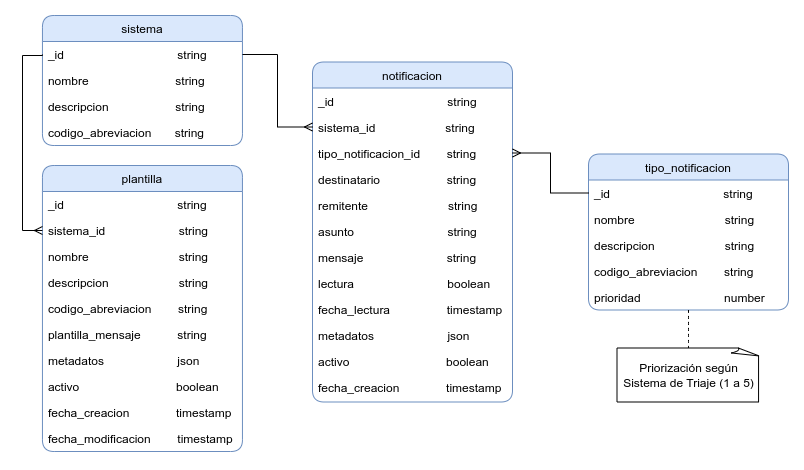
The draw.io diagram database/notificaciones_crud.png in udistrital/notificaciones_crud, before a commit. Source tidied: cells renumbered, new cells last; positions are measured from the earlier drawing's top-left corner, leaving out a move shared by most shapes. Source of this version:
```xml
<mxGraphModel background="#ffffff">
  <root>
    <mxCell id="0" />
    <mxCell id="1" parent="0" />
    <mxCell id="2" value="notificacion" style="swimlane;fontStyle=0;align=center;verticalAlign=top;horizontal=1;startSize=26;rounded=1;shadow=0;strokeWidth=1;fillColor=#dae8fc;strokeColor=#6c8ebf;" parent="1" vertex="1">
      <mxGeometry x="290" y="46.5" width="200" height="340" as="geometry" />
    </mxCell>
    <mxCell id="3" value="_id                                  string" style="text;align=left;verticalAlign=top;spacingLeft=4;spacingRight=4;overflow=hidden;" parent="2" vertex="1">
      <mxGeometry y="26" width="200" height="26" as="geometry" />
    </mxCell>
    <mxCell id="4" value="sistema_id                     string" style="text;align=left;verticalAlign=top;spacingLeft=4;spacingRight=4;overflow=hidden;points=[[0,0.5],[1,0.5]];portConstraint=eastwest;" parent="2" vertex="1">
      <mxGeometry y="52" width="200" height="26" as="geometry" />
    </mxCell>
    <mxCell id="5" value="tipo_notificacion_id        string" style="text;align=left;verticalAlign=top;spacingLeft=4;spacingRight=4;overflow=hidden;points=[[0,0.5],[1,0.5]];portConstraint=eastwest;" parent="2" vertex="1">
      <mxGeometry y="78" width="200" height="26" as="geometry" />
    </mxCell>
    <mxCell id="6" value="destinatario                    string" style="text;align=left;verticalAlign=top;spacingLeft=4;spacingRight=4;overflow=hidden;rounded=0;shadow=0;html=0;" parent="2" vertex="1">
      <mxGeometry y="104" width="200" height="26" as="geometry" />
    </mxCell>
    <mxCell id="7" value="remitente                        string" style="text;align=left;verticalAlign=top;spacingLeft=4;spacingRight=4;overflow=hidden;rounded=0;shadow=0;html=0;" parent="2" vertex="1">
      <mxGeometry y="130" width="200" height="26" as="geometry" />
    </mxCell>
    <mxCell id="8" value="asunto                            string" style="text;align=left;verticalAlign=top;spacingLeft=4;spacingRight=4;overflow=hidden;rounded=0;shadow=0;html=0;" parent="2" vertex="1">
      <mxGeometry y="156" width="200" height="26" as="geometry" />
    </mxCell>
    <mxCell id="9" value="mensaje                         string" style="text;align=left;verticalAlign=top;spacingLeft=4;spacingRight=4;overflow=hidden;rounded=0;shadow=0;html=0;" parent="2" vertex="1">
      <mxGeometry y="182" width="200" height="26" as="geometry" />
    </mxCell>
    <mxCell id="10" value="lectura                            boolean" style="text;align=left;verticalAlign=top;spacingLeft=4;spacingRight=4;overflow=hidden;" parent="2" vertex="1">
      <mxGeometry y="208" width="200" height="26" as="geometry" />
    </mxCell>
    <mxCell id="11" value="fecha_lectura                 timestamp" style="text;align=left;verticalAlign=top;spacingLeft=4;spacingRight=4;overflow=hidden;" parent="2" vertex="1">
      <mxGeometry y="234" width="200" height="26" as="geometry" />
    </mxCell>
    <mxCell id="12" value="metadatos                      json" style="text;align=left;verticalAlign=top;spacingLeft=4;spacingRight=4;overflow=hidden;" parent="2" vertex="1">
      <mxGeometry y="260" width="200" height="26" as="geometry" />
    </mxCell>
    <mxCell id="13" value="activo                             boolean" style="text;align=left;verticalAlign=top;spacingLeft=4;spacingRight=4;overflow=hidden;" parent="2" vertex="1">
      <mxGeometry y="286" width="200" height="26" as="geometry" />
    </mxCell>
    <mxCell id="14" value="fecha_creacion              timestamp" style="text;align=left;verticalAlign=top;spacingLeft=4;spacingRight=4;overflow=hidden;" parent="2" vertex="1">
      <mxGeometry y="312" width="200" height="26" as="geometry" />
    </mxCell>
    <mxCell id="15" value="sistema" style="swimlane;fontStyle=0;align=center;verticalAlign=top;horizontal=1;startSize=26;rounded=1;shadow=0;strokeWidth=1;fillColor=#dae8fc;strokeColor=#6c8ebf;glass=0;" parent="1" vertex="1">
      <mxGeometry x="20" width="200" height="130" as="geometry" />
    </mxCell>
    <mxCell id="16" value="_id                                  string" style="text;align=left;verticalAlign=top;spacingLeft=4;spacingRight=4;overflow=hidden;points=[[0,0.5],[1,0.5]];portConstraint=eastwest;" parent="15" vertex="1">
      <mxGeometry y="26" width="200" height="26" as="geometry" />
    </mxCell>
    <mxCell id="17" value="nombre                          string" style="text;align=left;verticalAlign=top;spacingLeft=4;spacingRight=4;overflow=hidden;" parent="15" vertex="1">
      <mxGeometry y="52" width="200" height="26" as="geometry" />
    </mxCell>
    <mxCell id="18" value="descripcion                    string" style="text;align=left;verticalAlign=top;spacingLeft=4;spacingRight=4;overflow=hidden;" parent="15" vertex="1">
      <mxGeometry y="78" width="200" height="26" as="geometry" />
    </mxCell>
    <mxCell id="19" value="codigo_abreviacion       string" style="text;align=left;verticalAlign=top;spacingLeft=4;spacingRight=4;overflow=hidden;" parent="15" vertex="1">
      <mxGeometry y="104" width="200" height="26" as="geometry" />
    </mxCell>
    <mxCell id="20" value="plantilla" style="swimlane;fontStyle=0;align=center;verticalAlign=top;horizontal=1;startSize=26;rounded=1;shadow=0;strokeWidth=1;fillColor=#dae8fc;strokeColor=#6c8ebf;glass=0;" parent="1" vertex="1">
      <mxGeometry x="20" y="150" width="200" height="286" as="geometry" />
    </mxCell>
    <mxCell id="21" value="_id                                  string" style="text;align=left;verticalAlign=top;spacingLeft=4;spacingRight=4;overflow=hidden;" parent="20" vertex="1">
      <mxGeometry y="26" width="200" height="26" as="geometry" />
    </mxCell>
    <mxCell id="22" value="sistema_id                      string" style="text;align=left;verticalAlign=top;spacingLeft=4;spacingRight=4;overflow=hidden;points=[[0,0.5],[1,0.5]];portConstraint=eastwest;" parent="20" vertex="1">
      <mxGeometry y="52" width="200" height="26" as="geometry" />
    </mxCell>
    <mxCell id="23" value="nombre                           string" style="text;align=left;verticalAlign=top;spacingLeft=4;spacingRight=4;overflow=hidden;" parent="20" vertex="1">
      <mxGeometry y="78" width="200" height="26" as="geometry" />
    </mxCell>
    <mxCell id="24" value="descripcion                     string" style="text;align=left;verticalAlign=top;spacingLeft=4;spacingRight=4;overflow=hidden;" parent="20" vertex="1">
      <mxGeometry y="104" width="200" height="26" as="geometry" />
    </mxCell>
    <mxCell id="25" value="codigo_abreviacion        string" style="text;align=left;verticalAlign=top;spacingLeft=4;spacingRight=4;overflow=hidden;" parent="20" vertex="1">
      <mxGeometry y="130" width="200" height="26" as="geometry" />
    </mxCell>
    <mxCell id="26" value="plantilla_mensaje           string" style="text;align=left;verticalAlign=top;spacingLeft=4;spacingRight=4;overflow=hidden;" parent="20" vertex="1">
      <mxGeometry y="156" width="200" height="26" as="geometry" />
    </mxCell>
    <mxCell id="27" value="metadatos                      json" style="text;align=left;verticalAlign=top;spacingLeft=4;spacingRight=4;overflow=hidden;" parent="20" vertex="1">
      <mxGeometry y="182" width="200" height="26" as="geometry" />
    </mxCell>
    <mxCell id="28" value="activo                             boolean" style="text;align=left;verticalAlign=top;spacingLeft=4;spacingRight=4;overflow=hidden;" parent="20" vertex="1">
      <mxGeometry y="208" width="200" height="26" as="geometry" />
    </mxCell>
    <mxCell id="29" value="fecha_creacion              timestamp" style="text;align=left;verticalAlign=top;spacingLeft=4;spacingRight=4;overflow=hidden;" parent="20" vertex="1">
      <mxGeometry y="234" width="200" height="26" as="geometry" />
    </mxCell>
    <mxCell id="30" value="fecha_modificacion        timestamp" style="text;align=left;verticalAlign=top;spacingLeft=4;spacingRight=4;overflow=hidden;" parent="20" vertex="1">
      <mxGeometry y="260" width="200" height="26" as="geometry" />
    </mxCell>
    <mxCell id="31" value="tipo_notificacion" style="swimlane;fontStyle=0;align=center;verticalAlign=top;horizontal=1;startSize=26;rounded=1;shadow=0;strokeWidth=1;fillColor=#dae8fc;strokeColor=#6c8ebf;glass=0;" parent="1" vertex="1">
      <mxGeometry x="566" y="138.5" width="200" height="156" as="geometry" />
    </mxCell>
    <mxCell id="32" value="_id                                  string" style="text;align=left;verticalAlign=top;spacingLeft=4;spacingRight=4;overflow=hidden;points=[[0,0.5],[1,0.5]];portConstraint=eastwest;" parent="31" vertex="1">
      <mxGeometry y="26" width="200" height="26" as="geometry" />
    </mxCell>
    <mxCell id="33" value="nombre                           string" style="text;align=left;verticalAlign=top;spacingLeft=4;spacingRight=4;overflow=hidden;" parent="31" vertex="1">
      <mxGeometry y="52" width="200" height="26" as="geometry" />
    </mxCell>
    <mxCell id="34" value="descripcion                     string" style="text;align=left;verticalAlign=top;spacingLeft=4;spacingRight=4;overflow=hidden;" parent="31" vertex="1">
      <mxGeometry y="78" width="200" height="26" as="geometry" />
    </mxCell>
    <mxCell id="35" value="codigo_abreviacion        string" style="text;align=left;verticalAlign=top;spacingLeft=4;spacingRight=4;overflow=hidden;" parent="31" vertex="1">
      <mxGeometry y="104" width="200" height="26" as="geometry" />
    </mxCell>
    <mxCell id="36" value="prioridad                         number" style="text;align=left;verticalAlign=top;spacingLeft=4;spacingRight=4;overflow=hidden;points=[[0,0.5],[1,0.5]];portConstraint=eastwest;" parent="31" vertex="1">
      <mxGeometry y="130" width="200" height="26" as="geometry" />
    </mxCell>
    <mxCell id="37" style="edgeStyle=orthogonalEdgeStyle;rounded=0;jettySize=auto;html=1;exitX=0;exitY=0.5;exitDx=0;exitDy=0;entryX=0;entryY=0.5;entryDx=0;entryDy=0;endArrow=ERmany;endFill=0;" parent="1" edge="1" source="16" target="22">
      <mxGeometry relative="1" as="geometry">
        <Array as="points">
          <mxPoint x="20" y="40" />
          <mxPoint x="-0.1" y="40" />
          <mxPoint x="-0.1" y="215" />
        </Array>
      </mxGeometry>
    </mxCell>
    <mxCell id="38" style="edgeStyle=orthogonalEdgeStyle;rounded=0;jettySize=auto;html=1;exitX=1;exitY=0.5;exitDx=0;exitDy=0;entryX=0;entryY=0.5;entryDx=0;entryDy=0;endArrow=ERmany;endFill=0;" parent="1" edge="1" source="16" target="4">
      <mxGeometry relative="1" as="geometry" />
    </mxCell>
    <mxCell id="39" style="edgeStyle=orthogonalEdgeStyle;rounded=0;jettySize=auto;html=1;exitX=0;exitY=0.5;exitDx=0;exitDy=0;entryX=1;entryY=0.5;entryDx=0;entryDy=0;endArrow=ERmany;endFill=0;" parent="1" edge="1" source="32" target="5">
      <mxGeometry relative="1" as="geometry" />
    </mxCell>
    <mxCell id="40" value="Priorización según Sistema de Triaje (1 a 5)" style="whiteSpace=wrap;html=1;shape=mxgraph.basic.document;" parent="1" vertex="1">
      <mxGeometry x="594.5" y="332.5" width="143" height="54" as="geometry" />
    </mxCell>
    <mxCell id="41" style="edgeStyle=none;curved=1;rounded=0;jettySize=auto;html=1;entryX=0.5;entryY=0;entryDx=0;entryDy=0;entryPerimeter=0;fontSize=12;startSize=8;endSize=8;dashed=1;endArrow=none;endFill=0;" parent="1" edge="1" source="36" target="40">
      <mxGeometry relative="1" as="geometry" />
    </mxCell>
  </root>
</mxGraphModel>
```
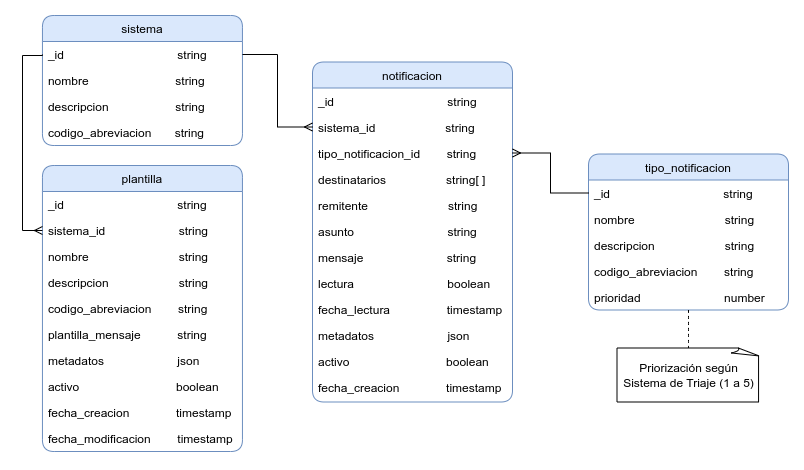
Later version of the same file.

Commit message:
feat: Registro notificaciones como lista destinatarios udistrital/planeacion_cliente/issues/1253

What changed in the source:
```diff
@@ -14,7 +14,7 @@
     <mxCell id="5" value="tipo_notificacion_id        string" style="text;align=left;verticalAlign=top;spacingLeft=4;spacingRight=4;overflow=hidden;points=[[0,0.5],[1,0.5]];portConstraint=eastwest;" parent="2" vertex="1">
       <mxGeometry y="78" width="200" height="26" as="geometry" />
     </mxCell>
-    <mxCell id="6" value="destinatario                    string" style="text;align=left;verticalAlign=top;spacingLeft=4;spacingRight=4;overflow=hidden;rounded=0;shadow=0;html=0;" parent="2" vertex="1">
+    <mxCell id="6" value="destinatarios                  string[ ]" style="text;align=left;verticalAlign=top;spacingLeft=4;spacingRight=4;overflow=hidden;rounded=0;shadow=0;html=0;" parent="2" vertex="1">
       <mxGeometry y="104" width="200" height="26" as="geometry" />
     </mxCell>
     <mxCell id="7" value="remitente                        string" style="text;align=left;verticalAlign=top;spacingLeft=4;spacingRight=4;overflow=hidden;rounded=0;shadow=0;html=0;" parent="2" vertex="1">
```
